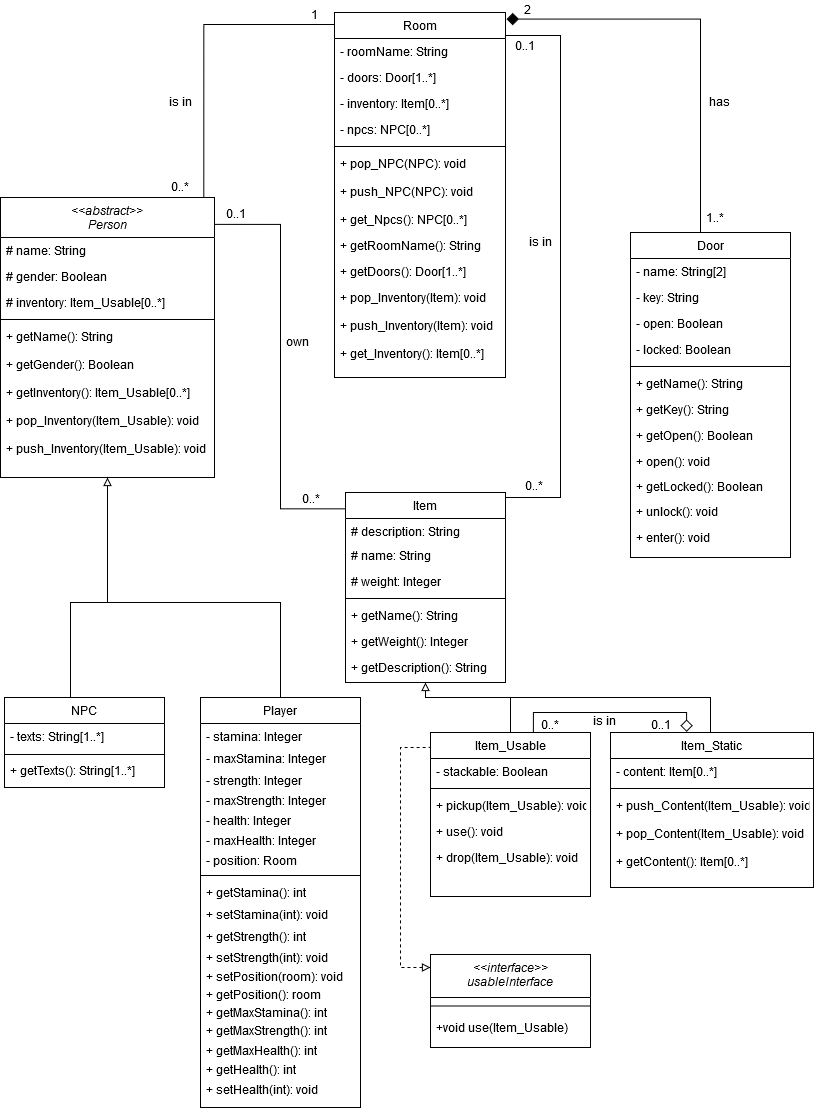
Above: Klassendiagram.png in Elegond/AE-Text-Adventure (draw.io), before the change. Source tidied: cells renumbered, new cells last; positions are measured from the earlier drawing's top-left corner, leaving out a move shared by most shapes.
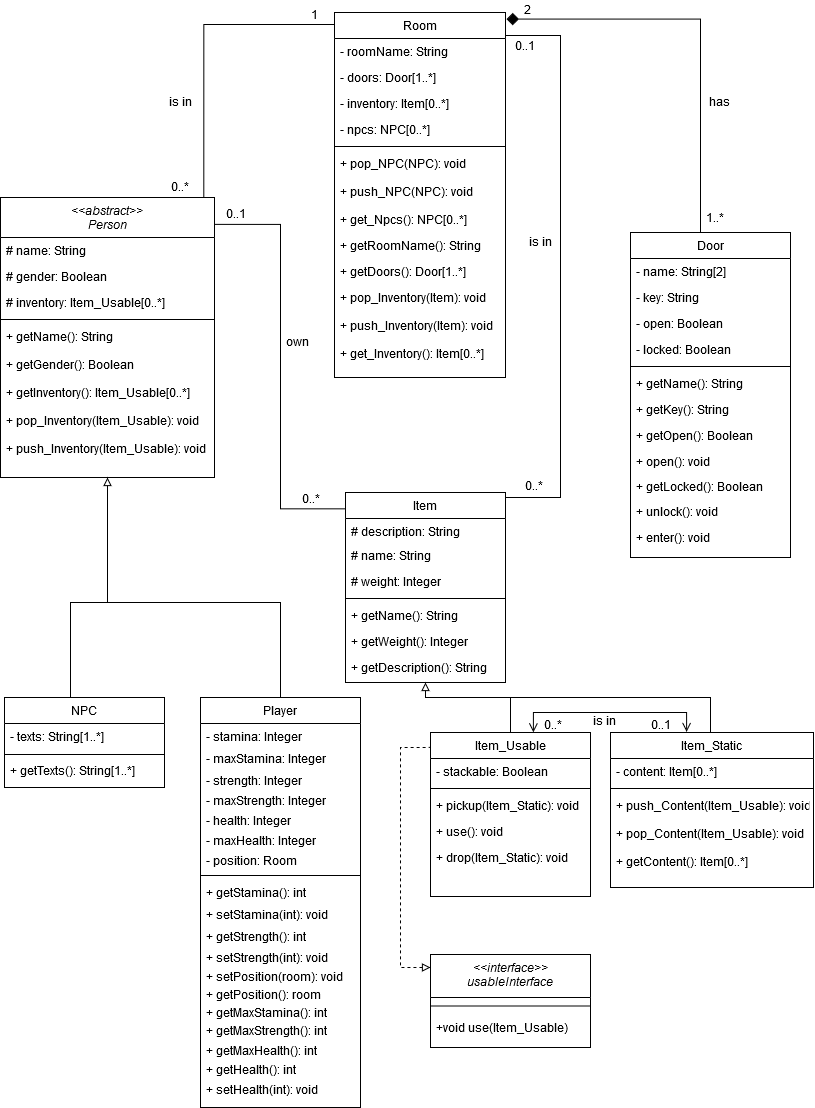
After the change.

What changed in the source:
```diff
@@ -169,13 +169,13 @@
     <mxCell id="47" style="line;html=1;strokeWidth=1;align=left;verticalAlign=middle;spacingTop=-1;spacingLeft=3;spacingRight=3;labelPosition=right;" parent="45" vertex="1">
       <mxGeometry y="52" width="160" height="8" as="geometry" />
     </mxCell>
-    <mxCell id="48" value="+ pickup(Item_Usable): void" style="text;align=left;verticalAlign=top;spacingLeft=4;spacingRight=4;overflow=hidden;fontStyle=0;" parent="45" vertex="1">
+    <mxCell id="48" value="+ pickup(Item_Static): void" style="text;align=left;verticalAlign=top;spacingLeft=4;spacingRight=4;overflow=hidden;fontStyle=0;" parent="45" vertex="1">
       <mxGeometry y="60" width="160" height="26" as="geometry" />
     </mxCell>
     <mxCell id="49" value="+ use(): void" style="text;align=left;verticalAlign=top;spacingLeft=4;spacingRight=4;overflow=hidden;" parent="45" vertex="1">
       <mxGeometry y="86" width="160" height="26" as="geometry" />
     </mxCell>
-    <mxCell id="50" value="+ drop(Item_Usable): void" style="text;align=left;verticalAlign=top;spacingLeft=4;spacingRight=4;overflow=hidden;" parent="45" vertex="1">
+    <mxCell id="50" value="+ drop(Item_Static): void" style="text;align=left;verticalAlign=top;spacingLeft=4;spacingRight=4;overflow=hidden;" parent="45" vertex="1">
       <mxGeometry y="112" width="160" height="26" as="geometry" />
     </mxCell>
     <mxCell id="51" style="edgeStyle=orthogonalEdgeStyle;rounded=0;jettySize=auto;html=1;endArrow=diamond;endFill=1;entryX=1.006;entryY=0.018;entryDx=0;entryDy=0;entryPerimeter=0;startArrow=none;startFill=0;startSize=10;endSize=10;" parent="1" edge="1" source="52" target="13">
@@ -270,7 +270,7 @@
         </Array>
       </mxGeometry>
     </mxCell>
-    <mxCell id="77" style="edgeStyle=orthogonalEdgeStyle;rounded=0;jettySize=auto;html=1;endArrow=diamond;endFill=0;exitX=0.643;exitY=-0.001;exitDx=0;exitDy=0;exitPerimeter=0;entryX=0.375;entryY=-0.004;entryDx=0;entryDy=0;entryPerimeter=0;startArrow=none;startFill=0;strokeWidth=1;endSize=10;" parent="1" edge="1" source="45" target="38">
+    <mxCell id="77" style="edgeStyle=orthogonalEdgeStyle;rounded=0;jettySize=auto;html=1;endArrow=open;endFill=0;exitX=0.643;exitY=-0.001;exitDx=0;exitDy=0;exitPerimeter=0;entryX=0.375;entryY=-0.004;entryDx=0;entryDy=0;entryPerimeter=0;startArrow=open;startFill=0;strokeWidth=1;endSize=7;startSize=7;" parent="1" edge="1" source="45" target="38">
       <mxGeometry relative="1" as="geometry">
         <Array as="points">
           <mxPoint x="553" y="712" />
@@ -282,7 +282,7 @@
       <mxGeometry x="584" y="712" width="40" height="16" as="geometry" />
     </mxCell>
     <mxCell id="79" value="0..*" style="text;html=1;strokeColor=none;fillColor=none;align=center;verticalAlign=middle;whiteSpace=wrap;rounded=0;" parent="1" vertex="1">
-      <mxGeometry x="530" y="715" width="40" height="17" as="geometry" />
+      <mxGeometry x="533" y="715" width="40" height="17" as="geometry" />
     </mxCell>
     <mxCell id="80" value="0..1" style="text;html=1;strokeColor=none;fillColor=none;align=center;verticalAlign=middle;whiteSpace=wrap;rounded=0;" parent="1" vertex="1">
       <mxGeometry x="641" y="713.5" width="40" height="21" as="geometry" />
```
